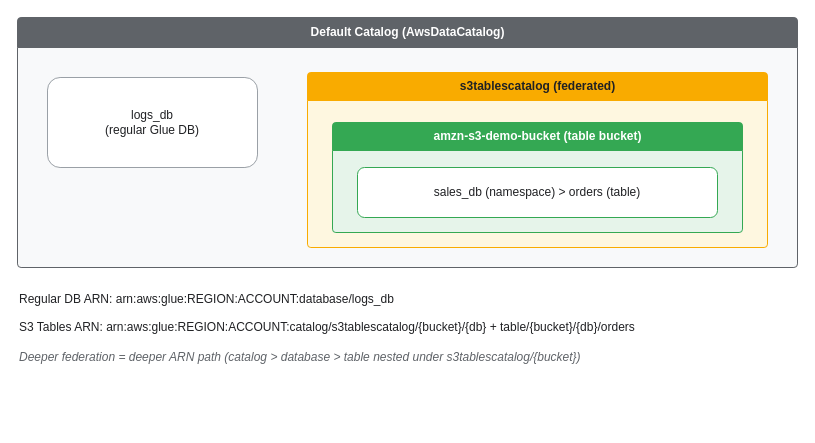
Earlier version of the draw.io diagram assets/img/aws/analytics-stack-06-catalog-federation.drawio (KKamJi98/kkamji98.github.io). Source tidied: cells renumbered, new cells numbered last; positions are measured from the earlier drawing's top-left corner, leaving out a move shared by most shapes. Both pictures are drawn from the tidied source at 100%, with x=0, y=0 at pixel (17, 17).
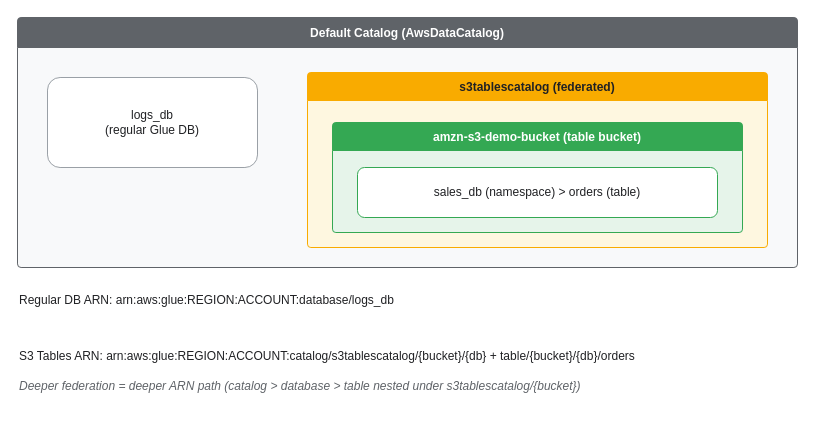
Above is the later version.

Diff of the diagram source:
```diff
@@
 <mxGraphModel>
   <root>
     <mxCell id="0" />
     <mxCell id="1" parent="0" />
-    <mxCell id="2" value="Default Catalog (AwsDataCatalog)" style="swimlane;rounded=1;arcSize=4;html=1;startSize=30;fillColor=#5F6368;fontColor=#FFFFFF;swimlaneFillColor=#F8F9FA;strokeColor=#5F6368;fontStyle=1;shadow=0;" parent="1" vertex="1">
+    <mxCell id="2" value="Default Catalog (AwsDataCatalog)" style="swimlane;rounded=1;arcSize=4;html=0;startSize=30;fillColor=#5F6368;fontColor=#FFFFFF;swimlaneFillColor=#F8F9FA;strokeColor=#5F6368;fontStyle=1;shadow=0;" parent="1" vertex="1">
       <mxGeometry width="780" height="250" as="geometry" />
     </mxCell>
-    <mxCell id="3" value="logs_db&#10;(regular Glue DB)" style="rounded=1;whiteSpace=wrap;html=1;arcSize=14;shadow=0;fillColor=#FFFFFF;strokeColor=#9AA0A6;fontColor=#202124;" parent="2" vertex="1">
+    <mxCell id="3" value="logs_db&#10;(regular Glue DB)" style="rounded=1;whiteSpace=wrap;html=0;arcSize=14;shadow=0;fillColor=#FFFFFF;strokeColor=#9AA0A6;fontColor=#202124;" parent="2" vertex="1">
       <mxGeometry x="30" y="60" width="210" height="90" as="geometry" />
     </mxCell>
-    <mxCell id="4" value="s3tablescatalog (federated)" style="swimlane;rounded=1;arcSize=4;html=1;startSize=28;fillColor=#F9AB00;fontColor=#202124;swimlaneFillColor=#FEF7E0;strokeColor=#F9AB00;fontStyle=1;shadow=0;" parent="2" vertex="1">
+    <mxCell id="4" value="s3tablescatalog (federated)" style="swimlane;rounded=1;arcSize=4;html=0;startSize=28;fillColor=#F9AB00;fontColor=#202124;swimlaneFillColor=#FEF7E0;strokeColor=#F9AB00;fontStyle=1;shadow=0;" parent="2" vertex="1">
       <mxGeometry x="290" y="55" width="460" height="175" as="geometry" />
     </mxCell>
-    <mxCell id="5" value="amzn-s3-demo-bucket (table bucket)" style="swimlane;rounded=1;arcSize=4;html=1;startSize=28;fillColor=#34A853;fontColor=#FFFFFF;swimlaneFillColor=#E6F4EA;strokeColor=#34A853;fontStyle=1;shadow=0;" parent="4" vertex="1">
+    <mxCell id="5" value="amzn-s3-demo-bucket (table bucket)" style="swimlane;rounded=1;arcSize=4;html=0;startSize=28;fillColor=#34A853;fontColor=#FFFFFF;swimlaneFillColor=#E6F4EA;strokeColor=#34A853;fontStyle=1;shadow=0;" parent="4" vertex="1">
       <mxGeometry x="25" y="50" width="410" height="110" as="geometry" />
     </mxCell>
-    <mxCell id="6" value="sales_db (namespace)  &gt;  orders (table)" style="rounded=1;whiteSpace=wrap;html=1;arcSize=14;shadow=0;fillColor=#FFFFFF;strokeColor=#34A853;fontColor=#202124;" parent="5" vertex="1">
+    <mxCell id="6" value="sales_db (namespace)  &gt;  orders (table)" style="rounded=1;whiteSpace=wrap;html=0;arcSize=14;shadow=0;fillColor=#FFFFFF;strokeColor=#34A853;fontColor=#202124;" parent="5" vertex="1">
       <mxGeometry x="25" y="45" width="360" height="50" as="geometry" />
     </mxCell>
-    <mxCell id="7" value="Regular DB ARN:  arn:aws:glue:REGION:ACCOUNT:database/logs_db" style="text;html=1;align=left;verticalAlign=middle;fontColor=#202124;" parent="1" vertex="1">
+    <mxCell id="7" value="Regular DB ARN:  arn:aws:glue:REGION:ACCOUNT:database/logs_db" style="text;html=0;align=left;verticalAlign=middle;fontColor=#202124;" parent="1" vertex="1">
       <mxGeometry y="270" width="780" height="24" as="geometry" />
     </mxCell>
-    <mxCell id="8" value="S3 Tables ARN:  arn:aws:glue:REGION:ACCOUNT:catalog/s3tablescatalog/{bucket}/{db}  +  table/{bucket}/{db}/orders" style="text;html=1;align=left;verticalAlign=middle;fontColor=#202124;" parent="1" vertex="1">
-      <mxGeometry y="298" width="780" height="24" as="geometry" />
+    <mxCell id="8" value="S3 Tables ARN:  arn:aws:glue:REGION:ACCOUNT:catalog/s3tablescatalog/{bucket}/{db}  +  table/{bucket}/{db}/orders" style="text;html=0;align=left;verticalAlign=middle;fontColor=#202124;" parent="1" vertex="1">
+      <mxGeometry y="298" width="780" height="80" as="geometry" />
     </mxCell>
-    <mxCell id="9" value="Deeper federation = deeper ARN path (catalog &gt; database &gt; table nested under s3tablescatalog/{bucket})" style="text;html=1;align=left;verticalAlign=middle;fontColor=#5F6368;fontStyle=2;" parent="1" vertex="1">
-      <mxGeometry y="328" width="780" height="24" as="geometry" />
+    <mxCell id="9" value="Deeper federation = deeper ARN path (catalog &gt; database &gt; table nested under s3tablescatalog/{bucket})" style="text;html=0;align=left;verticalAlign=middle;fontColor=#5F6368;fontStyle=2;" parent="1" vertex="1">
+      <mxGeometry y="328" width="780" height="80" as="geometry" />
     </mxCell>
   </root>
 </mxGraphModel>
```
